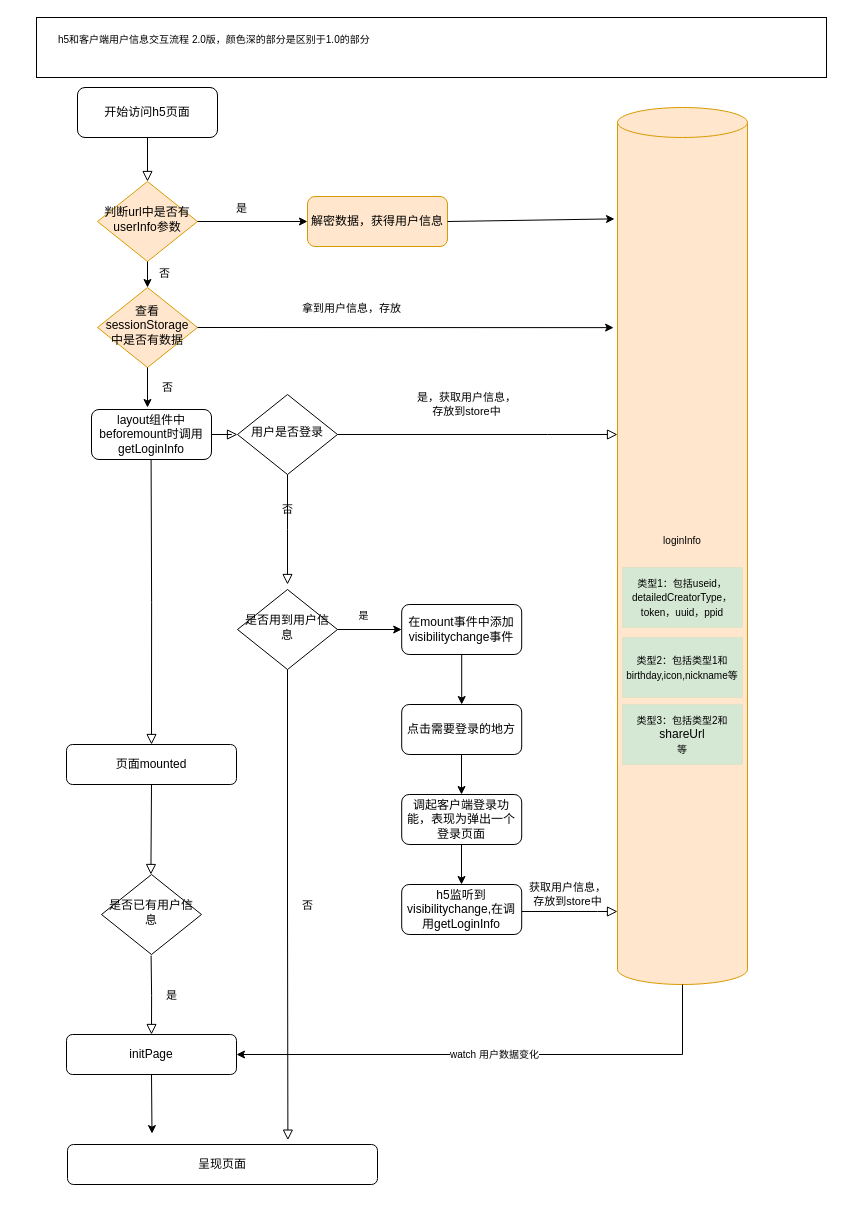
Earlier version of the draw.io diagram 用户信息获取2.0.drawio (pipu11qiao/online-graph). Source tidied: cells renumbered, new cells numbered last; positions are measured from the earlier drawing's top-left corner, leaving out a move shared by most shapes. Both pictures are drawn from the tidied source at 100%, with x=0, y=0 at pixel (17, 17).
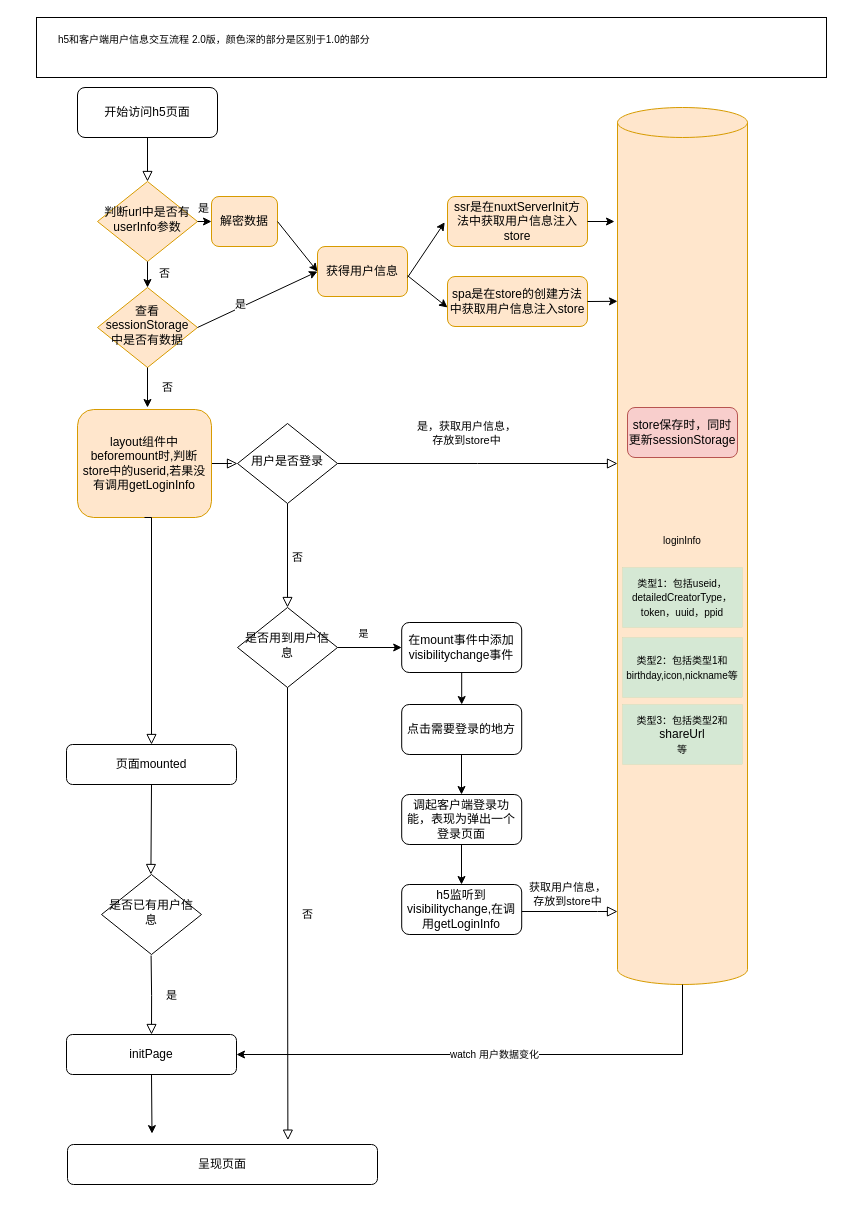
After the change.

Commit message:
更新用户信息获取2.0.drawio

The change refers to these unchanged cells:
```xml
<mxCell id="9" value="loginInfo&#10;&#10;&#10;" style="shape=cylinder3;boundedLbl=1;backgroundOutline=1;size=15;whiteSpace=wrap;fontSize=10;fillColor=#ffe6cc;strokeColor=#d79b00;" parent="1" vertex="1">
  <mxGeometry x="600" y="90" width="130" height="877" as="geometry" />
</mxCell>
<mxCell id="19" value="页面mounted" style="rounded=1;whiteSpace=wrap;html=1;fontSize=12;glass=0;strokeWidth=1;shadow=0;" parent="1" vertex="1">
  <mxGeometry x="49" y="727" width="170" height="40" as="geometry" />
</mxCell>
<mxCell id="34" value="判断url中是否有userInfo参数" style="rhombus;whiteSpace=wrap;html=1;shadow=0;fontFamily=Helvetica;fontSize=12;align=center;strokeWidth=1;spacing=6;spacingTop=-4;fillColor=#ffe6cc;strokeColor=#d79b00;" parent="1" vertex="1">
  <mxGeometry x="80" y="164" width="100" height="80" as="geometry" />
</mxCell>
<mxCell id="38" value="查看sessionStorage中是否有数据" style="rhombus;whiteSpace=wrap;html=1;shadow=0;fontFamily=Helvetica;fontSize=12;align=center;strokeWidth=1;spacing=6;spacingTop=-4;fillColor=#ffe6cc;strokeColor=#d79b00;" parent="1" vertex="1">
  <mxGeometry x="80" y="270" width="100" height="80" as="geometry" />
</mxCell>
```

Change to the diagram source:
```diff
@@
-    <mxCell id="4" value="否" style="rounded=0;html=1;jettySize=auto;fontSize=11;endArrow=block;endFill=0;endSize=8;strokeWidth=1;shadow=0;labelBackgroundColor=none;edgeStyle=orthogonalEdgeStyle;exitX=0.5;exitY=1;exitDx=0;exitDy=0;" parent="1" edge="1" source="6">
-      <mxGeometry y="20" relative="1" as="geometry">
-        <mxPoint x="270" y="567" as="targetPoint" />
-      </mxGeometry>
+    <mxCell id="4" value="否" style="rounded=0;html=1;jettySize=auto;fontSize=11;endArrow=block;endFill=0;endSize=8;strokeWidth=1;shadow=0;labelBackgroundColor=none;edgeStyle=orthogonalEdgeStyle;exitX=0.5;exitY=1;exitDx=0;exitDy=0;entryX=0.5;entryY=0;entryDx=0;entryDy=0;" parent="1" edge="1" source="6" target="15">
+      <mxGeometry x="0.03" y="10" relative="1" as="geometry" />
     </mxCell>
-    <mxCell id="5" value="是，获取用户信息，&lt;br&gt;存放到store中" style="edgeStyle=orthogonalEdgeStyle;rounded=0;html=1;jettySize=auto;fontSize=11;endArrow=block;endFill=0;endSize=8;strokeWidth=1;shadow=0;labelBackgroundColor=none;" parent="1" edge="1" source="6" target="9">
+    <mxCell id="5" value="是，获取用户信息，&lt;br&gt;存放到store中" style="edgeStyle=orthogonalEdgeStyle;rounded=0;html=1;jettySize=auto;fontSize=11;endArrow=block;endFill=0;endSize=8;strokeWidth=1;shadow=0;labelBackgroundColor=none;" parent="1" edge="1" source="6">
       <mxGeometry x="-0.08" y="30" relative="1" as="geometry">
-        <Array as="points">
-          <mxPoint x="530" y="417" />
-          <mxPoint x="530" y="417" />
-        </Array>
+        <mxPoint x="600" y="446" as="targetPoint" />
       </mxGeometry>
     </mxCell>
     <mxCell id="6" value="用户是否登录" style="rhombus;whiteSpace=wrap;html=1;shadow=0;fontFamily=Helvetica;fontSize=12;align=center;strokeWidth=1;spacing=6;spacingTop=-4;" parent="1" vertex="1">
-      <mxGeometry x="220" y="377" width="100" height="80" as="geometry" />
+      <mxGeometry x="220" y="406" width="100" height="80" as="geometry" />
     </mxCell>
@@
-    <mxCell id="10" value="layout组件中beforemount时调用getLoginInfo" style="rounded=1;whiteSpace=wrap;html=1;" parent="1" vertex="1">
-      <mxGeometry x="74" y="392" width="120" height="50" as="geometry" />
+    <mxCell id="10" value="layout组件中beforemount时,判断store中的userid,若果没有调用getLoginInfo" style="rounded=1;whiteSpace=wrap;html=1;fillColor=#ffe6cc;strokeColor=#d79b00;" parent="1" vertex="1">
+      <mxGeometry x="60" y="392" width="134" height="108" as="geometry" />
     </mxCell>
@@
     <mxCell id="15" value="是否用到用户信息" style="rhombus;shadow=0;fontFamily=Helvetica;fontSize=12;align=center;strokeWidth=1;spacing=6;spacingTop=-4;whiteSpace=wrap;" parent="1" vertex="1">
-      <mxGeometry x="220" y="572" width="100" height="80" as="geometry" />
+      <mxGeometry x="220" y="590" width="100" height="80" as="geometry" />
     </mxCell>
@@
     <mxCell id="17" value="在mount事件中添加&lt;br&gt;visibilitychange事件" style="rounded=1;whiteSpace=wrap;html=1;" parent="1" vertex="1">
-      <mxGeometry x="384.2" y="587" width="120" height="50" as="geometry" />
+      <mxGeometry x="384.2" y="605" width="120" height="50" as="geometry" />
     </mxCell>
@@
-    <mxCell id="23" style="rounded=0;html=1;jettySize=auto;fontSize=11;endArrow=block;endFill=0;endSize=8;strokeWidth=1;shadow=0;labelBackgroundColor=none;edgeStyle=orthogonalEdgeStyle;entryX=0.5;entryY=0;entryDx=0;entryDy=0;" parent="1" edge="1" target="19">
+    <mxCell id="23" style="rounded=0;html=1;jettySize=auto;fontSize=11;endArrow=block;endFill=0;endSize=8;strokeWidth=1;shadow=0;labelBackgroundColor=none;edgeStyle=orthogonalEdgeStyle;exitX=0.5;exitY=1;exitDx=0;exitDy=0;" parent="1" edge="1" source="10" target="19">
       <mxGeometry y="20" relative="1" as="geometry">
-        <mxPoint x="133.6" y="442" as="sourcePoint" />
+        <Array as="points">
+          <mxPoint x="134" y="500" />
+        </Array>
       </mxGeometry>
     </mxCell>
@@
-    <mxCell id="33" value="解密数据，获得用户信息" style="rounded=1;whiteSpace=wrap;html=1;fillColor=#ffe6cc;strokeColor=#d79b00;" parent="1" vertex="1">
-      <mxGeometry x="290" y="179" width="140" height="50" as="geometry" />
+    <mxCell id="33" value="获得用户信息" style="rounded=1;whiteSpace=wrap;html=1;fillColor=#ffe6cc;strokeColor=#d79b00;" parent="1" vertex="1">
+      <mxGeometry x="300" y="229" width="90" height="50" as="geometry" />
     </mxCell>
@@
-    <mxCell id="35" style="endArrow=classic;html=1;rounded=0;exitX=1;exitY=0.5;exitDx=0;exitDy=0;entryX=0;entryY=0.5;entryDx=0;entryDy=0;" parent="1" edge="1" source="34" target="33">
+    <mxCell id="35" style="endArrow=classic;html=1;rounded=0;exitX=1;exitY=0.5;exitDx=0;exitDy=0;entryX=0;entryY=0.5;entryDx=0;entryDy=0;" parent="1" edge="1" source="34" target="51">
       <mxGeometry relative="1" as="geometry" />
     </mxCell>
@@
-    <mxCell id="37" style="endArrow=classic;html=1;rounded=0;exitX=1;exitY=0.5;exitDx=0;exitDy=0;entryX=-0.023;entryY=0.127;entryDx=0;entryDy=0;entryPerimeter=0;" parent="1" edge="1" source="33" target="9">
-      <mxGeometry relative="1" as="geometry" />
-    </mxCell>
@@
-    <mxCell id="41" style="endArrow=classic;html=1;rounded=0;exitX=1;exitY=0.5;exitDx=0;exitDy=0;entryX=-0.03;entryY=0.251;entryDx=0;entryDy=0;entryPerimeter=0;" parent="1" edge="1" source="38" target="9">
-      <mxGeometry relative="1" as="geometry" />
-    </mxCell>
-    <mxCell id="42" value="拿到用户信息，存放" style="edgeLabel;html=1;align=center;verticalAlign=middle;" parent="41" vertex="1">
-      <mxGeometry x="-0.26" y="-1" relative="1" as="geometry">
-        <mxPoint y="-21" as="offset" />
-      </mxGeometry>
-    </mxCell>
@@
+    <mxCell id="47" value="ssr是在nuxtServerInit方法中获取用户信息注入store" style="rounded=1;whiteSpace=wrap;html=1;fillColor=#ffe6cc;strokeColor=#d79b00;" parent="1" vertex="1">
+      <mxGeometry x="430" y="179" width="140" height="50" as="geometry" />
+    </mxCell>
+    <mxCell id="48" style="endArrow=classic;html=1;rounded=0;exitX=1;exitY=0.5;exitDx=0;exitDy=0;entryX=-0.023;entryY=0.13;entryDx=0;entryDy=0;entryPerimeter=0;" parent="1" edge="1" source="47" target="9">
+      <mxGeometry relative="1" as="geometry" />
+    </mxCell>
+    <mxCell id="49" value="spa是在store的创建方法中获取用户信息注入store" style="rounded=1;whiteSpace=wrap;html=1;fillColor=#ffe6cc;strokeColor=#d79b00;" parent="1" vertex="1">
+      <mxGeometry x="430" y="259" width="140" height="50" as="geometry" />
+    </mxCell>
+    <mxCell id="50" style="endArrow=classic;html=1;rounded=0;exitX=1;exitY=0.5;exitDx=0;exitDy=0;entryX=0;entryY=0.221;entryDx=0;entryDy=0;entryPerimeter=0;" parent="1" edge="1" source="49" target="9">
+      <mxGeometry relative="1" as="geometry" />
+    </mxCell>
+    <mxCell id="51" value="解密数据" style="rounded=1;whiteSpace=wrap;html=1;fillColor=#ffe6cc;strokeColor=#d79b00;" parent="1" vertex="1">
+      <mxGeometry x="194" y="179" width="66" height="50" as="geometry" />
+    </mxCell>
+    <mxCell id="52" style="endArrow=classic;html=1;rounded=0;exitX=1.001;exitY=0.584;exitDx=0;exitDy=0;exitPerimeter=0;entryX=0;entryY=0.62;entryDx=0;entryDy=0;entryPerimeter=0;" parent="1" edge="1" source="33" target="49">
+      <mxGeometry relative="1" as="geometry" />
+    </mxCell>
+    <mxCell id="53" style="endArrow=classic;html=1;rounded=0;entryX=-0.02;entryY=0.515;entryDx=0;entryDy=0;entryPerimeter=0;" parent="1" edge="1" target="47">
+      <mxGeometry relative="1" as="geometry">
+        <mxPoint x="390" y="260" as="sourcePoint" />
+      </mxGeometry>
+    </mxCell>
+    <mxCell id="54" style="endArrow=classic;html=1;rounded=0;exitX=1;exitY=0.5;exitDx=0;exitDy=0;entryX=0;entryY=0.5;entryDx=0;entryDy=0;" parent="1" edge="1" source="38" target="33">
+      <mxGeometry relative="1" as="geometry" />
+    </mxCell>
+    <mxCell id="55" value="是" style="edgeLabel;html=1;align=center;verticalAlign=middle;" parent="54" vertex="1">
+      <mxGeometry x="-0.27" y="3" relative="1" as="geometry" />
+    </mxCell>
+    <mxCell id="56" style="endArrow=classic;html=1;rounded=0;exitX=1;exitY=0.5;exitDx=0;exitDy=0;entryX=0;entryY=0.5;entryDx=0;entryDy=0;" parent="1" edge="1" source="51" target="33">
+      <mxGeometry relative="1" as="geometry" />
+    </mxCell>
+    <mxCell id="57" value="store保存时，同时更新sessionStorage" style="rounded=1;whiteSpace=wrap;html=1;fillColor=#f8cecc;strokeColor=#b85450;" parent="1" vertex="1">
+      <mxGeometry x="610" y="390" width="110" height="50" as="geometry" />
+    </mxCell>
```
